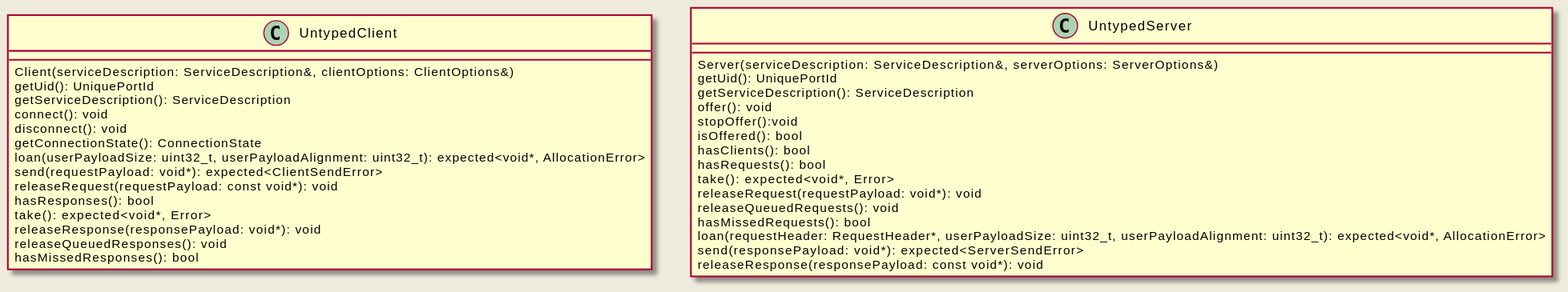
The PlantUML diagram doc/website/images/untyped_api.svg in eclipse-iceoryx/iceoryx, before a commit. Its source is kept beside it as doc/design/diagrams/request_response/untyped_api.puml.
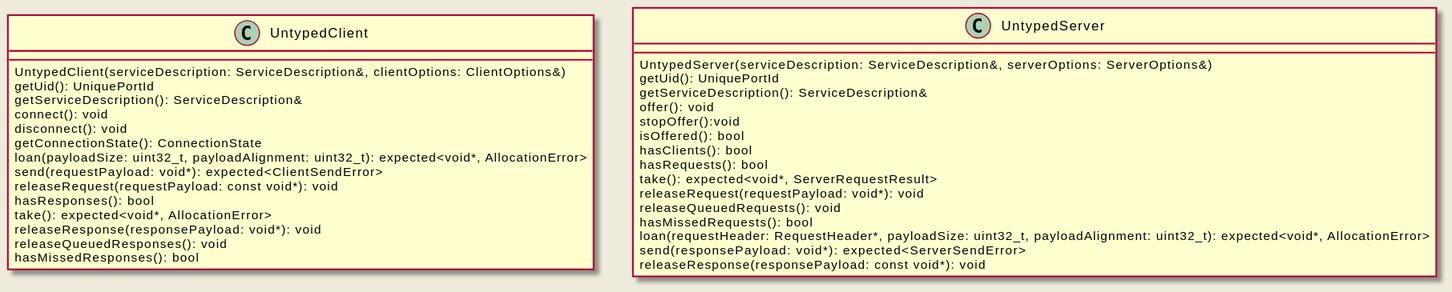
The same diagram one commit later.

Change to the diagram source:
```diff
@@ -9,7 +9,7 @@
   getConnectionState(): ConnectionState
   loan(payloadSize: uint32_t, payloadAlignment: uint32_t): expected<void*, AllocationError>
   send(requestPayload: void*): expected<ClientSendError>
-  releaseRequest(requestPayload: const void*): void
+  releaseRequest(requestPayload: void*): void
   hasResponses(): bool
   take(): expected<void*, AllocationError>
   releaseResponse(responsePayload: void*): void
@@ -32,7 +32,7 @@
   hasMissedRequests(): bool
   loan(requestHeader: RequestHeader*, payloadSize: uint32_t, payloadAlignment: uint32_t): expected<void*, AllocationError>
   send(responsePayload: void*): expected<ServerSendError>
-  releaseResponse(responsePayload: const void*): void
+  releaseResponse(responsePayload: void*): void
 }
 
 @enduml
```
